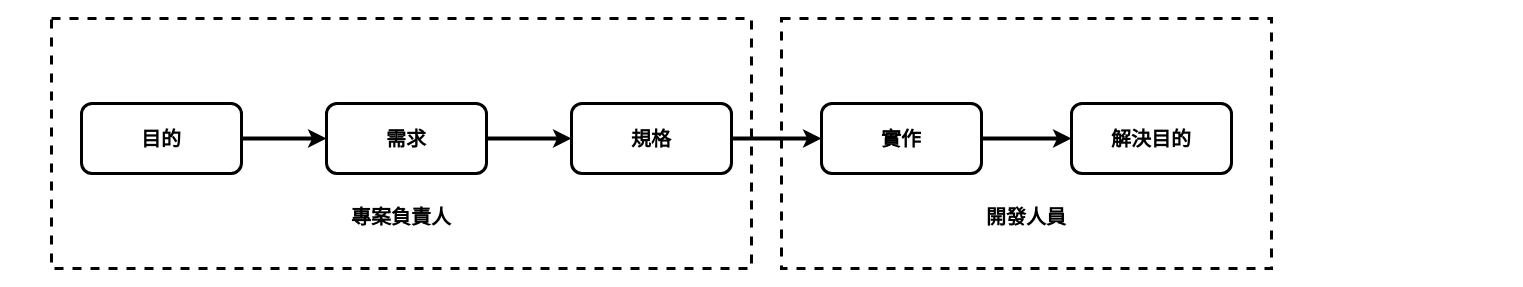
Before: source/_drafts/iron-2020-new/draw/1-3-demands-lifecycle.drawio in shawnlin0201/shawnlin0201.github.io, a draw.io diagram. Source tidied: cells renumbered, new cells numbered last; positions are measured from the earlier drawing's top-left corner, leaving out a move shared by most shapes. Both pictures are drawn from the tidied source at 100%, with x=0, y=0 at pixel (51, 18).
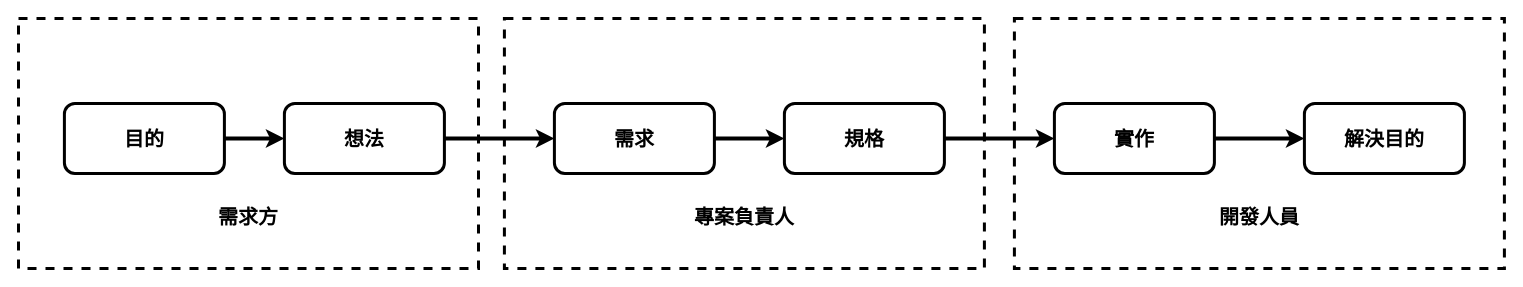
Above is the later version.

Diff of the diagram source:
```diff
@@
 <mxGraphModel>
   <root>
     <mxCell id="0" />
     <mxCell id="1" parent="0" />
+    <mxCell id="15" style="rounded=0;whiteSpace=wrap;html=1;strokeWidth=3;fillColor=none;dashed=1;" parent="1" vertex="1">
+      <mxGeometry x="-33" width="460" height="250" as="geometry" />
+    </mxCell>
     <mxCell id="2" style="rounded=0;whiteSpace=wrap;html=1;strokeWidth=3;fillColor=none;dashed=1;" parent="1" vertex="1">
-      <mxGeometry x="730" width="490" height="250" as="geometry" />
+      <mxGeometry x="962.9" width="490" height="250" as="geometry" />
     </mxCell>
     <mxCell id="3" style="rounded=0;whiteSpace=wrap;html=1;strokeWidth=3;fillColor=none;dashed=1;" parent="1" vertex="1">
-      <mxGeometry width="700" height="250" as="geometry" />
+      <mxGeometry x="452.9" width="480" height="250" as="geometry" />
     </mxCell>
     <mxCell id="4" style="edgeStyle=orthogonalEdgeStyle;rounded=0;jettySize=auto;html=1;exitX=1;exitY=0.5;exitDx=0;exitDy=0;strokeWidth=4;" parent="1" edge="1" source="5" target="9">
       <mxGeometry relative="1" as="geometry" />
     </mxCell>
     <mxCell id="5" value="&lt;span style=&quot;font-size: 20px&quot;&gt;需求&lt;br&gt;&lt;/span&gt;" style="rounded=1;whiteSpace=wrap;html=1;fontFamily=微軟正黑體;fontSize=24;fontStyle=1;strokeWidth=3;" parent="1" vertex="1">
-      <mxGeometry x="275" y="85" width="160" height="70" as="geometry" />
+      <mxGeometry x="502.9" y="85" width="160" height="70" as="geometry" />
     </mxCell>
     <mxCell id="6" style="edgeStyle=orthogonalEdgeStyle;rounded=0;jettySize=auto;html=1;exitX=1;exitY=0.5;exitDx=0;exitDy=0;entryX=0;entryY=0.5;entryDx=0;entryDy=0;strokeWidth=4;" parent="1" edge="1" source="7" target="5">
       <mxGeometry relative="1" as="geometry" />
     </mxCell>
-    <mxCell id="7" value="&lt;span style=&quot;font-size: 20px&quot;&gt;目的&lt;/span&gt;" style="rounded=1;whiteSpace=wrap;html=1;fontFamily=微軟正黑體;fontSize=24;fontStyle=1;strokeWidth=3;" parent="1" vertex="1">
-      <mxGeometry x="30" y="85" width="160" height="70" as="geometry" />
+    <mxCell id="7" value="&lt;span style=&quot;font-size: 20px&quot;&gt;想法&lt;/span&gt;" style="rounded=1;whiteSpace=wrap;html=1;fontFamily=微軟正黑體;fontSize=24;fontStyle=1;strokeWidth=3;" parent="1" vertex="1">
+      <mxGeometry x="232.9" y="85" width="160" height="70" as="geometry" />
     </mxCell>
     <mxCell id="8" style="edgeStyle=orthogonalEdgeStyle;rounded=0;jettySize=auto;html=1;exitX=1;exitY=0.5;exitDx=0;exitDy=0;entryX=0;entryY=0.5;entryDx=0;entryDy=0;strokeWidth=4;" parent="1" edge="1" source="9" target="11">
       <mxGeometry relative="1" as="geometry" />
     </mxCell>
     <mxCell id="9" value="&lt;span style=&quot;font-size: 20px&quot;&gt;規格&lt;br&gt;&lt;/span&gt;" style="rounded=1;whiteSpace=wrap;html=1;fontFamily=微軟正黑體;fontSize=24;fontStyle=1;strokeWidth=3;" parent="1" vertex="1">
-      <mxGeometry x="520" y="85" width="160" height="70" as="geometry" />
+      <mxGeometry x="732.9" y="85" width="160" height="70" as="geometry" />
     </mxCell>
     <mxCell id="10" style="edgeStyle=orthogonalEdgeStyle;rounded=0;jettySize=auto;html=1;exitX=1;exitY=0.5;exitDx=0;exitDy=0;entryX=0;entryY=0.5;entryDx=0;entryDy=0;strokeWidth=4;" parent="1" edge="1" source="11" target="14">
       <mxGeometry relative="1" as="geometry" />
     </mxCell>
     <mxCell id="11" value="&lt;span style=&quot;font-size: 20px&quot;&gt;實作&lt;br&gt;&lt;/span&gt;" style="rounded=1;whiteSpace=wrap;html=1;fontFamily=微軟正黑體;fontSize=24;fontStyle=1;strokeWidth=3;" parent="1" vertex="1">
-      <mxGeometry x="770" y="85" width="160" height="70" as="geometry" />
+      <mxGeometry x="1002.9" y="85" width="160" height="70" as="geometry" />
     </mxCell>
     <mxCell id="12" value="&lt;div&gt;&lt;span style=&quot;font-size: 20px&quot;&gt;&lt;b&gt;專案負責人&lt;/b&gt;&lt;/span&gt;&lt;/div&gt;" style="text;whiteSpace=wrap;html=1;align=center;" parent="1" vertex="1">
-      <mxGeometry x="285.9" y="180" width="128.1" height="30" as="geometry" />
+      <mxGeometry x="628.9" y="180" width="128.1" height="30" as="geometry" />
     </mxCell>
     <mxCell id="13" value="&lt;div&gt;&lt;span style=&quot;font-size: 20px&quot;&gt;&lt;b&gt;開發人員&lt;/b&gt;&lt;/span&gt;&lt;/div&gt;" style="text;whiteSpace=wrap;html=1;align=center;" parent="1" vertex="1">
-      <mxGeometry x="910.9" y="180" width="128.1" height="30" as="geometry" />
+      <mxGeometry x="1143.9" y="180" width="128.1" height="30" as="geometry" />
     </mxCell>
     <mxCell id="14" value="&lt;span style=&quot;font-size: 20px&quot;&gt;解決目的&lt;br&gt;&lt;/span&gt;" style="rounded=1;whiteSpace=wrap;html=1;fontFamily=微軟正黑體;fontSize=24;fontStyle=1;strokeWidth=3;" parent="1" vertex="1">
-      <mxGeometry x="1020" y="85" width="160" height="70" as="geometry" />
+      <mxGeometry x="1252.9" y="85" width="160" height="70" as="geometry" />
     </mxCell>
+    <mxCell id="16" style="edgeStyle=orthogonalEdgeStyle;rounded=0;jettySize=auto;html=1;exitX=1;exitY=0.5;exitDx=0;exitDy=0;entryX=0;entryY=0.5;entryDx=0;entryDy=0;strokeWidth=4;" parent="1" edge="1" source="17" target="7">
+      <mxGeometry relative="1" as="geometry" />
+    </mxCell>
+    <mxCell id="17" value="&lt;span style=&quot;font-size: 20px&quot;&gt;目的&lt;/span&gt;" style="rounded=1;whiteSpace=wrap;html=1;fontFamily=微軟正黑體;fontSize=24;fontStyle=1;strokeWidth=3;" parent="1" vertex="1">
+      <mxGeometry x="12.9" y="85" width="160" height="70" as="geometry" />
+    </mxCell>
+    <mxCell id="18" value="&lt;div&gt;&lt;span style=&quot;font-size: 20px&quot;&gt;&lt;b&gt;需求方&lt;/b&gt;&lt;/span&gt;&lt;/div&gt;" style="text;whiteSpace=wrap;html=1;align=center;" parent="1" vertex="1">
+      <mxGeometry x="132.9" y="180" width="128.1" height="30" as="geometry" />
+    </mxCell>
   </root>
 </mxGraphModel>
```
